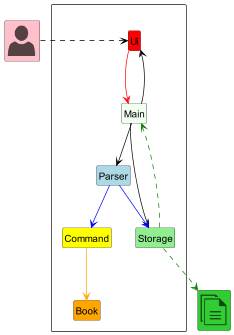
Above: docs/images/ArchitectureDiagram.png in kirangeofran/tp (PlantUML), before the change. Source of this version:
```plantuml
@startuml
!include style.puml

!include <office/Users/user>
!include <office/Concepts/documents>

hide footbox
hide circle
hide members

skinparam class {
    DefaultWidth 200
}

package " " <<rectangle>> {
    Class Ui UI_COLOR
    Class Command COMMAND_COLOR
    Class Parser PARSER_COLOR
    Class Storage STORAGE_COLOR
    Class Main MAIN_COLOR
    Class Book BOOK_COLOR
}

Class "<$user>" as User USER_COLOR
Class "<$documents>" as File FILE_COLOR

Ui -[#red]-> Main
Main -[#black]-> Ui
Main -[#black]-> Storage
Main -[#black]-> Parser
Storage .[#green].> Main
Parser -[#blue]-> Command
Parser -[#blue]-> Storage
Command -[#orange]-> Book
Storage .[#green].> File
User .[#black]> Ui



@enduml
```
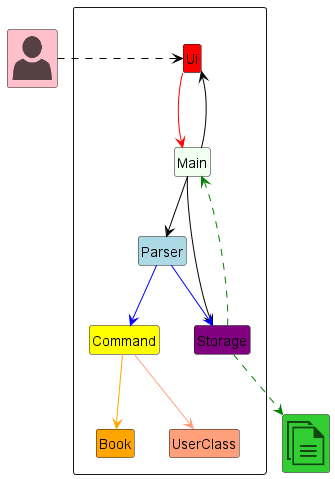
After the commit.

Change to the diagram source:
```diff
@@ -19,6 +19,7 @@
     Class Storage STORAGE_COLOR
     Class Main MAIN_COLOR
     Class Book BOOK_COLOR
+    Class UserClass USER_CLASS_COLOR
 }
 
 Class "<$user>" as User USER_COLOR
@@ -32,6 +33,7 @@
 Parser -[#blue]-> Command
 Parser -[#blue]-> Storage
 Command -[#orange]-> Book
+Command -[#lightsalmon]-> UserClass
 Storage .[#green].> File
 User .[#black]> Ui
 
```
